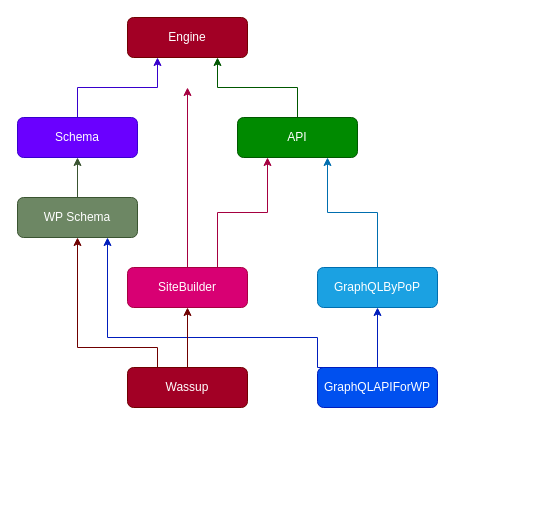
GatoGraphQL/GatoGraphQL keeps this draw.io diagram as assets/src/img/dependency-graph.svg.drawio. Above is the earlier version. Source tidied: cells renumbered, new cells numbered last; positions are measured from the earlier drawing's top-left corner, leaving out a move shared by most shapes. Both pictures are drawn from the tidied source at 100%, with x=0, y=0 at pixel (17, 17).
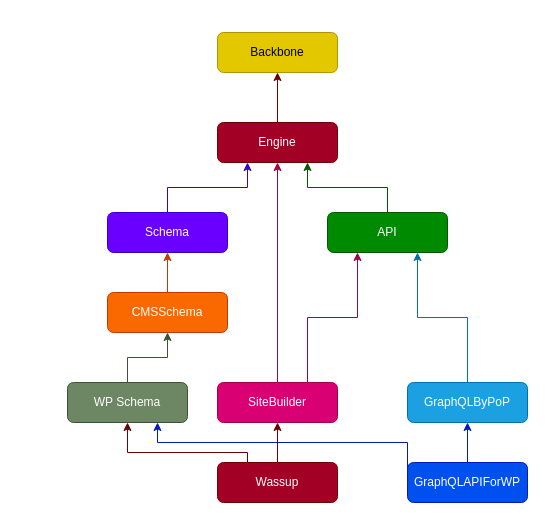
After the change.

Commit message (it also covers changes not shown here):
Updated dependency graph

Diff of the diagram source:
```diff
@@
     <mxCell id="2" value="Engine" style="rounded=1;whiteSpace=wrap;html=1;fillColor=#a20025;strokeColor=#6F0000;fontColor=#ffffff;" parent="1" vertex="1">
-      <mxGeometry x="110" width="120" height="40" as="geometry" />
+      <mxGeometry x="200" y="105" width="120" height="40" as="geometry" />
     </mxCell>
@@
     <mxCell id="4" value="API" style="rounded=1;whiteSpace=wrap;html=1;fillColor=#008a00;strokeColor=#005700;fontColor=#ffffff;" parent="1" vertex="1">
-      <mxGeometry x="220" y="100" width="120" height="40" as="geometry" />
+      <mxGeometry x="310" y="195" width="120" height="40" as="geometry" />
     </mxCell>
@@
     <mxCell id="6" value="GraphQLByPoP" style="rounded=1;whiteSpace=wrap;html=1;fillColor=#1ba1e2;strokeColor=#006EAF;fontColor=#ffffff;" parent="1" vertex="1">
-      <mxGeometry x="300" y="250" width="120" height="40" as="geometry" />
+      <mxGeometry x="390" y="365" width="120" height="40" as="geometry" />
     </mxCell>
@@
     <mxCell id="8" style="edgeStyle=orthogonalEdgeStyle;rounded=0;jettySize=auto;html=1;exitX=0.25;exitY=0;exitDx=0;exitDy=0;entryX=0.75;entryY=1;entryDx=0;entryDy=0;fillColor=#0050ef;strokeColor=#001DBC;" parent="1" edge="1" source="9" target="19">
       <mxGeometry relative="1" as="geometry">
         <Array as="points">
-          <mxPoint x="300" y="320" />
-          <mxPoint x="90" y="320" />
+          <mxPoint x="420" y="455" />
+          <mxPoint x="390" y="455" />
+          <mxPoint x="390" y="425" />
+          <mxPoint x="140" y="425" />
         </Array>
       </mxGeometry>
     </mxCell>
     <mxCell id="9" value="GraphQLAPIForWP" style="rounded=1;whiteSpace=wrap;html=1;fillColor=#0050ef;strokeColor=#001DBC;fontColor=#ffffff;" parent="1" vertex="1">
-      <mxGeometry x="300" y="350" width="120" height="40" as="geometry" />
+      <mxGeometry x="390" y="445" width="120" height="40" as="geometry" />
     </mxCell>
@@
     <mxCell id="11" value="Schema" style="rounded=1;whiteSpace=wrap;html=1;fillColor=#6a00ff;strokeColor=#3700CC;fontColor=#ffffff;" parent="1" vertex="1">
-      <mxGeometry y="100" width="120" height="40" as="geometry" />
+      <mxGeometry x="90" y="195" width="120" height="40" as="geometry" />
     </mxCell>
-    <mxCell id="12" style="edgeStyle=orthogonalEdgeStyle;rounded=0;jettySize=auto;html=1;exitX=0.5;exitY=0;exitDx=0;exitDy=0;fillColor=#d80073;strokeColor=#A50040;" parent="1" edge="1" source="14">
-      <mxGeometry relative="1" as="geometry">
-        <mxPoint x="170" y="70" as="targetPoint" />
-      </mxGeometry>
+    <mxCell id="12" style="edgeStyle=orthogonalEdgeStyle;rounded=0;jettySize=auto;html=1;exitX=0.5;exitY=0;exitDx=0;exitDy=0;fillColor=#d80073;strokeColor=#A50040;entryX=0.5;entryY=1;entryDx=0;entryDy=0;" parent="1" edge="1" source="14" target="2">
+      <mxGeometry relative="1" as="geometry" />
     </mxCell>
@@
     <mxCell id="14" value="SiteBuilder" style="rounded=1;whiteSpace=wrap;html=1;fillColor=#d80073;strokeColor=#A50040;fontColor=#ffffff;" parent="1" vertex="1">
-      <mxGeometry x="110" y="250" width="120" height="40" as="geometry" />
+      <mxGeometry x="200" y="365" width="120" height="40" as="geometry" />
     </mxCell>
@@
     <mxCell id="16" style="edgeStyle=orthogonalEdgeStyle;rounded=0;jettySize=auto;html=1;exitX=0.25;exitY=0;exitDx=0;exitDy=0;entryX=0.5;entryY=1;entryDx=0;entryDy=0;fillColor=#a20025;strokeColor=#6F0000;" parent="1" edge="1" source="17" target="19">
       <mxGeometry relative="1" as="geometry">
         <Array as="points">
-          <mxPoint x="140" y="330" />
-          <mxPoint x="60" y="330" />
+          <mxPoint x="230" y="435" />
+          <mxPoint x="110" y="435" />
         </Array>
       </mxGeometry>
     </mxCell>
     <mxCell id="17" value="Wassup" style="rounded=1;whiteSpace=wrap;html=1;fillColor=#a20025;strokeColor=#6F0000;fontColor=#ffffff;" parent="1" vertex="1">
-      <mxGeometry x="110" y="350" width="120" height="40" as="geometry" />
+      <mxGeometry x="200" y="445" width="120" height="40" as="geometry" />
     </mxCell>
-    <mxCell id="18" style="edgeStyle=orthogonalEdgeStyle;rounded=0;jettySize=auto;html=1;exitX=0.5;exitY=0;exitDx=0;exitDy=0;entryX=0.5;entryY=1;entryDx=0;entryDy=0;fillColor=#6d8764;strokeColor=#3A5431;" parent="1" edge="1" source="19" target="11">
+    <mxCell id="18" style="edgeStyle=orthogonalEdgeStyle;rounded=0;jettySize=auto;html=1;exitX=0.5;exitY=0;exitDx=0;exitDy=0;entryX=0.5;entryY=1;entryDx=0;entryDy=0;fillColor=#6d8764;strokeColor=#3A5431;" parent="1" edge="1" source="19" target="20">
       <mxGeometry relative="1" as="geometry" />
     </mxCell>
     <mxCell id="19" value="WP Schema" style="rounded=1;whiteSpace=wrap;html=1;fillColor=#6d8764;strokeColor=#3A5431;fontColor=#ffffff;" parent="1" vertex="1">
-      <mxGeometry y="180" width="120" height="40" as="geometry" />
+      <mxGeometry x="50" y="365" width="120" height="40" as="geometry" />
     </mxCell>
+    <mxCell id="20" value="CMSSchema" style="rounded=1;whiteSpace=wrap;html=1;fillColor=#fa6800;strokeColor=#C73500;fontColor=#FFFFFF;" parent="1" vertex="1">
+      <mxGeometry x="90" y="275" width="120" height="40" as="geometry" />
+    </mxCell>
+    <mxCell id="21" style="edgeStyle=orthogonalEdgeStyle;rounded=0;jettySize=auto;html=1;exitX=0.5;exitY=0;exitDx=0;exitDy=0;entryX=0.5;entryY=1;entryDx=0;entryDy=0;fillColor=#fa6800;strokeColor=#C73500;" parent="1" edge="1" source="20" target="11">
+      <mxGeometry relative="1" as="geometry" />
+    </mxCell>
+    <mxCell id="22" value="Backbone" style="rounded=1;whiteSpace=wrap;html=1;fillColor=#e3c800;strokeColor=#B09500;fontColor=#000000;" parent="1" vertex="1">
+      <mxGeometry x="200" y="15" width="120" height="40" as="geometry" />
+    </mxCell>
+    <mxCell id="23" style="edgeStyle=orthogonalEdgeStyle;rounded=0;jettySize=auto;html=1;fillColor=#a20025;strokeColor=#6F0000;entryX=0.5;entryY=1;entryDx=0;entryDy=0;exitX=0.5;exitY=0;exitDx=0;exitDy=0;" parent="1" edge="1" source="2" target="22">
+      <mxGeometry relative="1" as="geometry" />
+    </mxCell>
```
